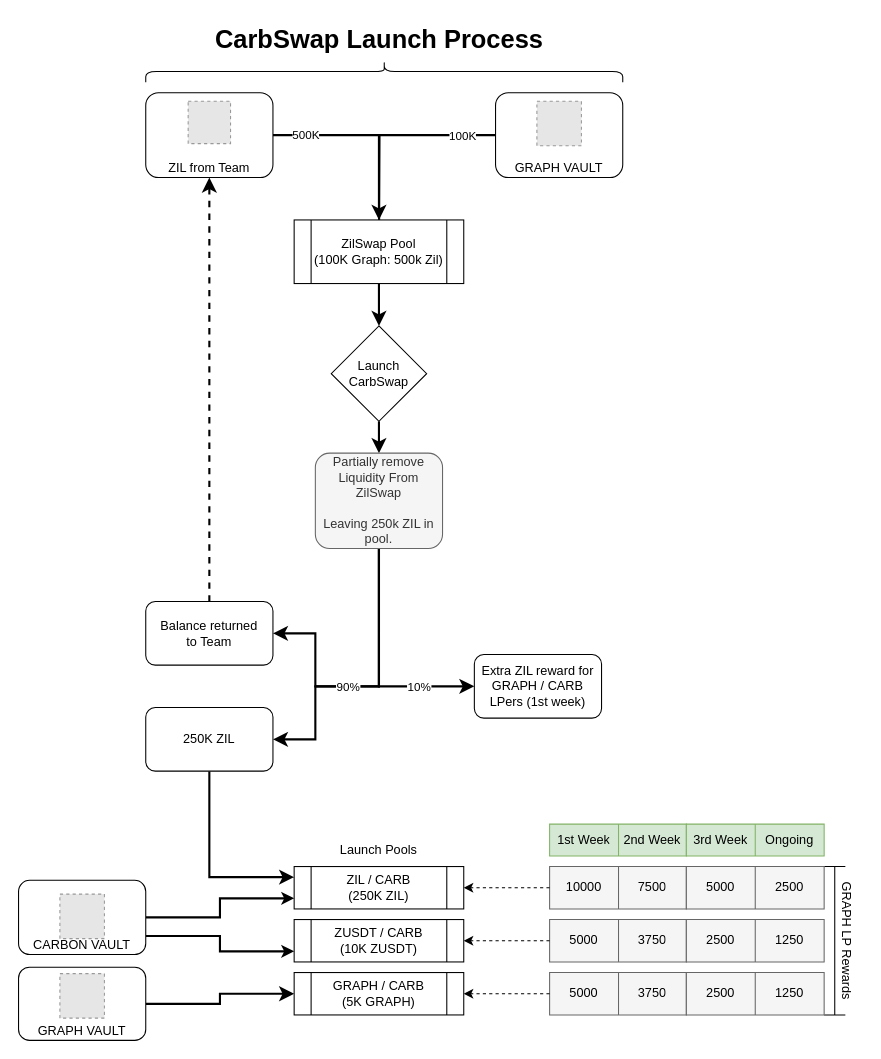
The draw.io diagram carbswapflow.drawio in Carbon-Labs/Diagrams, before the edit. Source tidied: cells renumbered, new cells numbered last; positions are measured from the earlier drawing's top-left corner, leaving out a move shared by most shapes. Both pictures are drawn from the tidied source at 106%, with x=0, y=0 at pixel (18, -167). Pictures stored in the file or linked from it are replaced by grey dashed boxes.
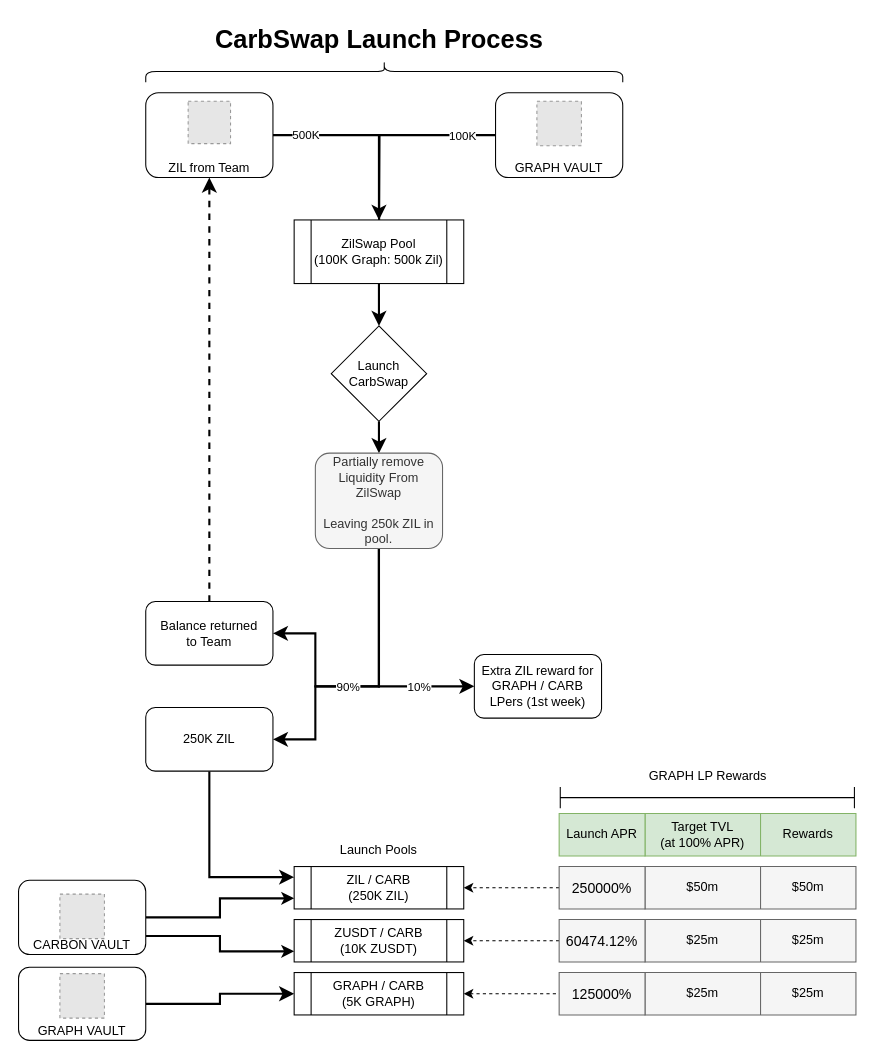
Above is the later version.

The change refers to these unchanged cells:
```xml
<mxCell id="25" value="ZIL / CARB&lt;br&gt;(250K ZIL)" style="shape=process;whiteSpace=wrap;html=1;backgroundOutline=1;" parent="1" vertex="1">
  <mxGeometry x="260" y="975" width="160" height="40" as="geometry" />
</mxCell>
<mxCell id="26" value="ZUSDT / CARB&lt;br&gt;(10K ZUSDT)" style="shape=process;whiteSpace=wrap;html=1;backgroundOutline=1;" parent="1" vertex="1">
  <mxGeometry x="260" y="1025" width="160" height="40" as="geometry" />
</mxCell>
```

Diff of the diagram source:
```diff
@@
     <mxCell id="38" style="shape=table;startSize=0;childLayout=tableLayout;rounded=0;shadow=0;strokeColor=#82b366;fillColor=#d5e8d4;" parent="1" vertex="1">
-      <mxGeometry x="501" y="935" width="129" height="30" as="geometry" />
+      <mxGeometry x="591" y="925" width="199" height="40" as="geometry" />
     </mxCell>
     <mxCell id="39" style="shape=partialRectangle;fillColor=none;top=0;left=0;bottom=0;right=0;rounded=0;shadow=0;strokeColor=default;" parent="38" vertex="1">
-      <mxGeometry width="129" height="30" as="geometry" />
+      <mxGeometry width="199" height="40" as="geometry" />
     </mxCell>
-    <mxCell id="40" value="1st Week" style="shape=partialRectangle;html=1;whiteSpace=wrap;overflow=hidden;fillColor=none;top=0;left=0;bottom=0;right=0;rounded=0;shadow=0;strokeColor=default;" parent="39" vertex="1">
-      <mxGeometry width="65" height="30" as="geometry" />
+    <mxCell id="40" value="Target TVL&lt;br&gt;(at 100% APR)" style="shape=partialRectangle;html=1;whiteSpace=wrap;overflow=hidden;fillColor=none;top=0;left=0;bottom=0;right=0;rounded=0;shadow=0;strokeColor=default;" parent="39" vertex="1">
+      <mxGeometry width="109" height="40" as="geometry" />
     </mxCell>
-    <mxCell id="41" value="2nd Week" style="shape=partialRectangle;html=1;whiteSpace=wrap;overflow=hidden;fillColor=none;top=0;left=0;bottom=0;right=0;rounded=0;shadow=0;strokeColor=default;" parent="39" vertex="1">
-      <mxGeometry x="65" width="64" height="30" as="geometry" />
+    <mxCell id="41" value="Rewards" style="shape=partialRectangle;html=1;whiteSpace=wrap;overflow=hidden;fillColor=none;top=0;left=0;bottom=0;right=0;rounded=0;shadow=0;strokeColor=default;" parent="39" vertex="1">
+      <mxGeometry x="109" width="90" height="40" as="geometry" />
     </mxCell>
     <mxCell id="42" style="shape=table;startSize=0;childLayout=tableLayout;rounded=0;shadow=0;strokeColor=#666666;fillColor=#f5f5f5;fontColor=#333333;" parent="1" vertex="1">
-      <mxGeometry x="501" y="975" width="129" height="40" as="geometry" />
+      <mxGeometry x="591" y="975" width="199" height="40" as="geometry" />
     </mxCell>
     <mxCell id="43" style="shape=partialRectangle;fillColor=none;top=0;left=0;bottom=0;right=0;points=[[0,0.5],[1,0.5]];portConstraint=eastwest;rounded=0;shadow=0;strokeColor=default;" parent="42" vertex="1">
-      <mxGeometry width="129" height="40" as="geometry" />
+      <mxGeometry width="199" height="40" as="geometry" />
     </mxCell>
-    <mxCell id="44" value="10000" style="shape=partialRectangle;html=1;whiteSpace=wrap;overflow=hidden;fillColor=none;top=0;left=0;bottom=0;right=0;rounded=0;shadow=0;strokeColor=default;" parent="43" vertex="1">
-      <mxGeometry width="65" height="40" as="geometry" />
+    <mxCell id="44" value="$50m" style="shape=partialRectangle;html=1;whiteSpace=wrap;overflow=hidden;fillColor=none;top=0;left=0;bottom=0;right=0;rounded=0;shadow=0;strokeColor=default;" parent="43" vertex="1">
+      <mxGeometry width="109" height="40" as="geometry" />
     </mxCell>
-    <mxCell id="45" value="7500" style="shape=partialRectangle;html=1;whiteSpace=wrap;overflow=hidden;fillColor=none;top=0;left=0;bottom=0;right=0;rounded=0;shadow=0;strokeColor=default;" parent="43" vertex="1">
-      <mxGeometry x="65" width="64" height="40" as="geometry" />
+    <mxCell id="45" value="$50m" style="shape=partialRectangle;html=1;whiteSpace=wrap;overflow=hidden;fillColor=none;top=0;left=0;bottom=0;right=0;rounded=0;shadow=0;strokeColor=default;" parent="43" vertex="1">
+      <mxGeometry x="109" width="90" height="40" as="geometry" />
     </mxCell>
-    <mxCell id="46" style="edgeStyle=orthogonalEdgeStyle;rounded=0;jettySize=auto;html=1;exitX=0;exitY=0.5;exitDx=0;exitDy=0;entryX=1;entryY=0.5;entryDx=0;entryDy=0;strokeWidth=1;dashed=1;" parent="1" edge="1" source="43" target="25">
+    <mxCell id="46" style="edgeStyle=orthogonalEdgeStyle;rounded=0;jettySize=auto;html=1;exitX=0;exitY=0.5;exitDx=0;exitDy=0;entryX=1;entryY=0.5;entryDx=0;entryDy=0;strokeWidth=1;dashed=1;startArrow=none;" parent="1" edge="1" source="75" target="25">
       <mxGeometry relative="1" as="geometry" />
     </mxCell>
     <mxCell id="47" style="shape=table;startSize=0;childLayout=tableLayout;rounded=0;shadow=0;strokeColor=#666666;fillColor=#f5f5f5;fontColor=#333333;" parent="1" vertex="1">
-      <mxGeometry x="501" y="1025" width="129" height="40" as="geometry" />
+      <mxGeometry x="591" y="1025" width="199" height="40" as="geometry" />
     </mxCell>
     <mxCell id="48" style="shape=partialRectangle;fillColor=none;top=0;left=0;bottom=0;right=0;points=[[0,0.5],[1,0.5]];portConstraint=eastwest;rounded=0;shadow=0;strokeColor=default;" parent="47" vertex="1">
-      <mxGeometry width="129" height="40" as="geometry" />
+      <mxGeometry width="199" height="40" as="geometry" />
     </mxCell>
-    <mxCell id="49" value="5000" style="shape=partialRectangle;html=1;whiteSpace=wrap;overflow=hidden;fillColor=none;top=0;left=0;bottom=0;right=0;rounded=0;shadow=0;strokeColor=default;" parent="48" vertex="1">
-      <mxGeometry width="65" height="40" as="geometry" />
+    <mxCell id="49" value="$25m" style="shape=partialRectangle;html=1;whiteSpace=wrap;overflow=hidden;fillColor=none;top=0;left=0;bottom=0;right=0;rounded=0;shadow=0;strokeColor=default;" parent="48" vertex="1">
+      <mxGeometry width="109" height="40" as="geometry" />
     </mxCell>
-    <mxCell id="50" value="3750" style="shape=partialRectangle;html=1;whiteSpace=wrap;overflow=hidden;fillColor=none;top=0;left=0;bottom=0;right=0;rounded=0;shadow=0;strokeColor=default;" parent="48" vertex="1">
-      <mxGeometry x="65" width="64" height="40" as="geometry" />
+    <mxCell id="50" value="$25m" style="shape=partialRectangle;html=1;whiteSpace=wrap;overflow=hidden;fillColor=none;top=0;left=0;bottom=0;right=0;rounded=0;shadow=0;strokeColor=default;" parent="48" vertex="1">
+      <mxGeometry x="109" width="90" height="40" as="geometry" />
     </mxCell>
     <mxCell id="51" style="shape=table;startSize=0;childLayout=tableLayout;rounded=0;shadow=0;strokeColor=#666666;fillColor=#f5f5f5;fontColor=#333333;" parent="1" vertex="1">
-      <mxGeometry x="501" y="1075" width="129" height="40" as="geometry" />
+      <mxGeometry x="591" y="1075" width="199" height="40" as="geometry" />
     </mxCell>
     <mxCell id="52" style="shape=partialRectangle;fillColor=none;top=0;left=0;bottom=0;right=0;points=[[0,0.5],[1,0.5]];portConstraint=eastwest;rounded=0;shadow=0;strokeColor=default;" parent="51" vertex="1">
-      <mxGeometry width="129" height="40" as="geometry" />
+      <mxGeometry width="199" height="40" as="geometry" />
     </mxCell>
-    <mxCell id="53" value="5000" style="shape=partialRectangle;html=1;whiteSpace=wrap;overflow=hidden;fillColor=none;top=0;left=0;bottom=0;right=0;rounded=0;shadow=0;strokeColor=default;" parent="52" vertex="1">
-      <mxGeometry width="65" height="40" as="geometry" />
+    <mxCell id="53" value="$25m" style="shape=partialRectangle;html=1;whiteSpace=wrap;overflow=hidden;fillColor=none;top=0;left=0;bottom=0;right=0;rounded=0;shadow=0;strokeColor=default;" parent="52" vertex="1">
+      <mxGeometry width="109" height="40" as="geometry" />
     </mxCell>
-    <mxCell id="54" value="3750" style="shape=partialRectangle;html=1;whiteSpace=wrap;overflow=hidden;fillColor=none;top=0;left=0;bottom=0;right=0;rounded=0;shadow=0;strokeColor=default;" parent="52" vertex="1">
-      <mxGeometry x="65" width="64" height="40" as="geometry" />
+    <mxCell id="54" value="$25m" style="shape=partialRectangle;html=1;whiteSpace=wrap;overflow=hidden;fillColor=none;top=0;left=0;bottom=0;right=0;rounded=0;shadow=0;strokeColor=default;" parent="52" vertex="1">
+      <mxGeometry x="109" width="90" height="40" as="geometry" />
     </mxCell>
-    <mxCell id="55" style="edgeStyle=orthogonalEdgeStyle;rounded=0;jettySize=auto;html=1;exitX=0;exitY=0.5;exitDx=0;exitDy=0;entryX=1;entryY=0.5;entryDx=0;entryDy=0;dashed=1;strokeWidth=1;" parent="1" edge="1" source="48" target="26">
+    <mxCell id="55" style="edgeStyle=orthogonalEdgeStyle;rounded=0;jettySize=auto;html=1;exitX=0;exitY=0.5;exitDx=0;exitDy=0;entryX=1;entryY=0.5;entryDx=0;entryDy=0;dashed=1;strokeWidth=1;startArrow=none;" parent="1" edge="1" source="83" target="26">
       <mxGeometry relative="1" as="geometry" />
     </mxCell>
@@
-    <mxCell id="57" style="shape=crossbar;whiteSpace=wrap;html=1;rounded=1;direction=south;shadow=0;strokeColor=default;fillColor=default;" parent="1" vertex="1">
-      <mxGeometry x="760" y="975" width="20" height="140" as="geometry" />
+    <mxCell id="57" style="shape=crossbar;whiteSpace=wrap;html=1;rounded=1;direction=south;shadow=0;strokeColor=default;fillColor=default;rotation=-90;" parent="1" vertex="1">
+      <mxGeometry x="639.8" y="771.2" width="20" height="277.5" as="geometry" />
     </mxCell>
-    <mxCell id="58" value="GRAPH LP Rewards" style="text;html=1;strokeColor=none;fillColor=none;align=center;verticalAlign=middle;whiteSpace=wrap;rounded=0;shadow=0;rotation=90;" parent="1" vertex="1">
-      <mxGeometry x="710" y="1030" width="142.5" height="30" as="geometry" />
+    <mxCell id="58" value="GRAPH LP Rewards" style="text;html=1;strokeColor=none;fillColor=none;align=center;verticalAlign=middle;whiteSpace=wrap;rounded=0;shadow=0;rotation=0;" parent="1" vertex="1">
+      <mxGeometry x="578.5" y="875" width="142.5" height="30" as="geometry" />
     </mxCell>
-    <mxCell id="59" style="shape=table;startSize=0;childLayout=tableLayout;rounded=0;shadow=0;strokeColor=#666666;fillColor=#f5f5f5;fontColor=#333333;" parent="1" vertex="1">
-      <mxGeometry x="630" y="975" width="130" height="40" as="geometry" />
-    </mxCell>
-    <mxCell id="60" style="shape=partialRectangle;fillColor=none;top=0;left=0;bottom=0;right=0;rounded=0;shadow=0;strokeColor=default;" parent="59" vertex="1">
-      <mxGeometry width="130" height="40" as="geometry" />
-    </mxCell>
-    <mxCell id="61" value="5000" style="shape=partialRectangle;html=1;whiteSpace=wrap;overflow=hidden;fillColor=none;top=0;left=0;bottom=0;right=0;rounded=0;shadow=0;strokeColor=default;" parent="60" vertex="1">
-      <mxGeometry width="65" height="40" as="geometry" />
-    </mxCell>
-    <mxCell id="62" value="2500" style="shape=partialRectangle;html=1;whiteSpace=wrap;overflow=hidden;fillColor=none;top=0;left=0;bottom=0;right=0;rounded=0;shadow=0;strokeColor=default;" parent="60" vertex="1">
-      <mxGeometry x="65" width="65" height="40" as="geometry" />
-    </mxCell>
-    <mxCell id="63" style="shape=table;startSize=0;childLayout=tableLayout;rounded=0;shadow=0;strokeColor=#666666;fillColor=#f5f5f5;fontColor=#333333;" parent="1" vertex="1">
-      <mxGeometry x="630" y="1025" width="130" height="40" as="geometry" />
-    </mxCell>
-    <mxCell id="64" style="shape=partialRectangle;fillColor=none;top=0;left=0;bottom=0;right=0;rounded=0;shadow=0;strokeColor=default;" parent="63" vertex="1">
-      <mxGeometry width="130" height="40" as="geometry" />
-    </mxCell>
-    <mxCell id="65" value="2500" style="shape=partialRectangle;html=1;whiteSpace=wrap;overflow=hidden;fillColor=none;top=0;left=0;bottom=0;right=0;rounded=0;shadow=0;strokeColor=default;" parent="64" vertex="1">
-      <mxGeometry width="65" height="40" as="geometry" />
-    </mxCell>
-    <mxCell id="66" value="1250" style="shape=partialRectangle;html=1;whiteSpace=wrap;overflow=hidden;fillColor=none;top=0;left=0;bottom=0;right=0;rounded=0;shadow=0;strokeColor=default;" parent="64" vertex="1">
-      <mxGeometry x="65" width="65" height="40" as="geometry" />
-    </mxCell>
-    <mxCell id="67" style="shape=table;startSize=0;childLayout=tableLayout;rounded=0;shadow=0;strokeColor=#666666;fillColor=#f5f5f5;fontColor=#333333;" parent="1" vertex="1">
-      <mxGeometry x="630" y="1075" width="130" height="40" as="geometry" />
-    </mxCell>
-    <mxCell id="68" style="shape=partialRectangle;fillColor=none;top=0;left=0;bottom=0;right=0;rounded=0;shadow=0;strokeColor=default;" parent="67" vertex="1">
-      <mxGeometry width="130" height="40" as="geometry" />
-    </mxCell>
-    <mxCell id="69" value="2500" style="shape=partialRectangle;html=1;whiteSpace=wrap;overflow=hidden;fillColor=none;top=0;left=0;bottom=0;right=0;rounded=0;shadow=0;strokeColor=default;" parent="68" vertex="1">
-      <mxGeometry width="65" height="40" as="geometry" />
-    </mxCell>
-    <mxCell id="70" value="1250" style="shape=partialRectangle;html=1;whiteSpace=wrap;overflow=hidden;fillColor=none;top=0;left=0;bottom=0;right=0;rounded=0;shadow=0;strokeColor=default;" parent="68" vertex="1">
-      <mxGeometry x="65" width="65" height="40" as="geometry" />
-    </mxCell>
-    <mxCell id="71" style="shape=table;startSize=0;childLayout=tableLayout;rounded=0;shadow=0;strokeColor=#82b366;fillColor=#d5e8d4;" parent="1" vertex="1">
-      <mxGeometry x="630" y="935" width="130" height="30" as="geometry" />
-    </mxCell>
-    <mxCell id="72" style="shape=partialRectangle;fillColor=none;top=0;left=0;bottom=0;right=0;rounded=0;shadow=0;strokeColor=default;" parent="71" vertex="1">
-      <mxGeometry width="130" height="30" as="geometry" />
-    </mxCell>
-    <mxCell id="73" value="3rd Week" style="shape=partialRectangle;html=1;whiteSpace=wrap;overflow=hidden;fillColor=none;top=0;left=0;bottom=0;right=0;rounded=0;shadow=0;strokeColor=default;" parent="72" vertex="1">
-      <mxGeometry width="65" height="30" as="geometry" />
-    </mxCell>
-    <mxCell id="74" value="Ongoing" style="shape=partialRectangle;html=1;whiteSpace=wrap;overflow=hidden;fillColor=none;top=0;left=0;bottom=0;right=0;rounded=0;shadow=0;strokeColor=default;" parent="72" vertex="1">
-      <mxGeometry x="65" width="65" height="30" as="geometry" />
-    </mxCell>
+    <mxCell id="75" style="shape=table;startSize=0;childLayout=tableLayout;fillColor=#f5f5f5;fontColor=#333333;strokeColor=#666666;" parent="1" vertex="1">
+      <mxGeometry x="510" y="975" width="81" height="40" as="geometry" />
+    </mxCell>
+    <mxCell id="76" style="shape=partialRectangle;fillColor=none;top=0;left=0;bottom=0;right=0;" parent="75" vertex="1">
+      <mxGeometry width="81" height="40" as="geometry" />
+    </mxCell>
+    <mxCell id="77" value="&lt;span style=&quot;font-size: 10pt ; font-family: &amp;#34;arial&amp;#34; ; text-align: right&quot;&gt;250000%&lt;/span&gt;" style="shape=partialRectangle;html=1;whiteSpace=wrap;overflow=hidden;fillColor=none;top=0;left=0;bottom=0;right=0;" parent="76" vertex="1">
+      <mxGeometry width="81" height="40" as="geometry" />
+    </mxCell>
+    <mxCell id="78" style="edgeStyle=orthogonalEdgeStyle;rounded=0;jettySize=auto;html=1;exitX=0;exitY=0.5;exitDx=0;exitDy=0;entryX=1;entryY=0.5;entryDx=0;entryDy=0;strokeWidth=1;dashed=1;endArrow=none;" parent="1" edge="1" source="43" target="75">
+      <mxGeometry relative="1" as="geometry" />
+    </mxCell>
+    <mxCell id="79" style="shape=partialRectangle;html=1;whiteSpace=wrap;overflow=hidden;fillColor=none;top=0;left=0;bottom=0;right=0;" parent="1" vertex="1">
+      <mxGeometry x="510" y="935" width="81" height="30" as="geometry" />
+    </mxCell>
+    <mxCell id="80" style="shape=table;startSize=0;childLayout=tableLayout;fillColor=#d5e8d4;strokeColor=#82b366;" parent="1" vertex="1">
+      <mxGeometry x="510" y="925" width="81" height="40" as="geometry" />
+    </mxCell>
+    <mxCell id="81" style="shape=partialRectangle;fillColor=none;top=0;left=0;bottom=0;right=0;" parent="80" vertex="1">
+      <mxGeometry width="81" height="40" as="geometry" />
+    </mxCell>
+    <mxCell id="82" value="Launch APR" style="shape=partialRectangle;html=1;whiteSpace=wrap;overflow=hidden;fillColor=none;top=0;left=0;bottom=0;right=0;" parent="81" vertex="1">
+      <mxGeometry width="81" height="40" as="geometry" />
+    </mxCell>
+    <mxCell id="83" style="shape=table;startSize=0;childLayout=tableLayout;fillColor=#f5f5f5;fontColor=#333333;strokeColor=#666666;" parent="1" vertex="1">
+      <mxGeometry x="510" y="1025" width="81" height="40" as="geometry" />
+    </mxCell>
+    <mxCell id="84" style="shape=partialRectangle;fillColor=none;top=0;left=0;bottom=0;right=0;" parent="83" vertex="1">
+      <mxGeometry width="81" height="40" as="geometry" />
+    </mxCell>
+    <mxCell id="85" value="&lt;span style=&quot;font-size: 10pt ; font-family: &amp;#34;arial&amp;#34; ; text-align: right&quot;&gt;60474.12%&lt;/span&gt;" style="shape=partialRectangle;html=1;whiteSpace=wrap;overflow=hidden;fillColor=none;top=0;left=0;bottom=0;right=0;" parent="84" vertex="1">
+      <mxGeometry width="81" height="40" as="geometry" />
+    </mxCell>
+    <mxCell id="86" style="edgeStyle=orthogonalEdgeStyle;rounded=0;jettySize=auto;html=1;exitX=0;exitY=0.5;exitDx=0;exitDy=0;entryX=1;entryY=0.5;entryDx=0;entryDy=0;dashed=1;strokeWidth=1;endArrow=none;" parent="1" edge="1" source="48" target="83">
+      <mxGeometry relative="1" as="geometry" />
+    </mxCell>
+    <mxCell id="87" style="shape=partialRectangle;html=1;whiteSpace=wrap;overflow=hidden;fillColor=none;top=0;left=0;bottom=0;right=0;" parent="1" vertex="1">
+      <mxGeometry x="510" y="1075" width="81" height="40" as="geometry" />
+    </mxCell>
+    <mxCell id="88" style="shape=table;startSize=0;childLayout=tableLayout;fillColor=#f5f5f5;fontColor=#333333;strokeColor=#666666;" parent="1" vertex="1">
+      <mxGeometry x="510" y="1075" width="81" height="40" as="geometry" />
+    </mxCell>
+    <mxCell id="89" style="shape=partialRectangle;fillColor=none;top=0;left=0;bottom=0;right=0;" parent="88" vertex="1">
+      <mxGeometry width="81" height="40" as="geometry" />
+    </mxCell>
+    <mxCell id="90" value="&lt;span style=&quot;font-size: 10pt ; font-family: &amp;#34;arial&amp;#34; ; text-align: right&quot;&gt;125000%&lt;/span&gt;" style="shape=partialRectangle;html=1;whiteSpace=wrap;overflow=hidden;fillColor=none;top=0;left=0;bottom=0;right=0;" parent="89" vertex="1">
+      <mxGeometry width="81" height="40" as="geometry" />
+    </mxCell>
```
